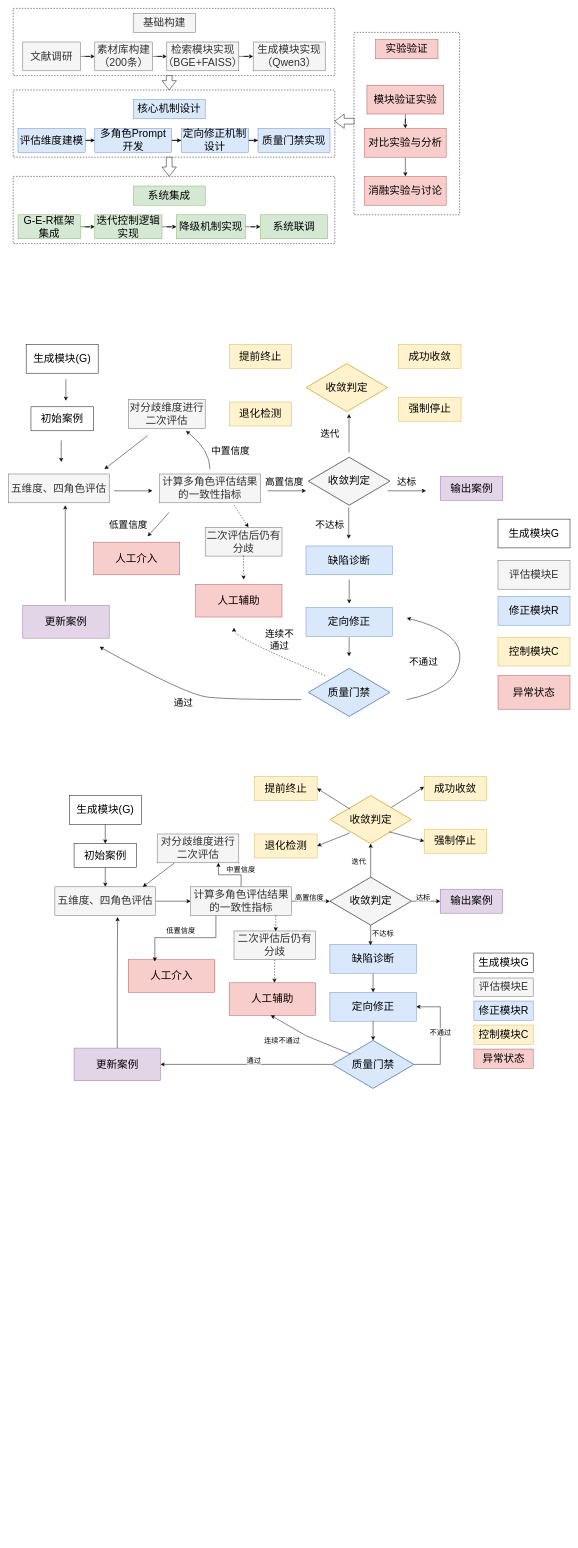
Above: （开题报告3）技术路线图.drawio in handsome-tony/picture (draw.io), before the change. Source tidied: cells renumbered, new cells numbered last; positions are measured from the earlier drawing's top-left corner, leaving out a move shared by most shapes. Both pictures are drawn from the tidied source at 48%, with x=0, y=0 at pixel (8, 8).
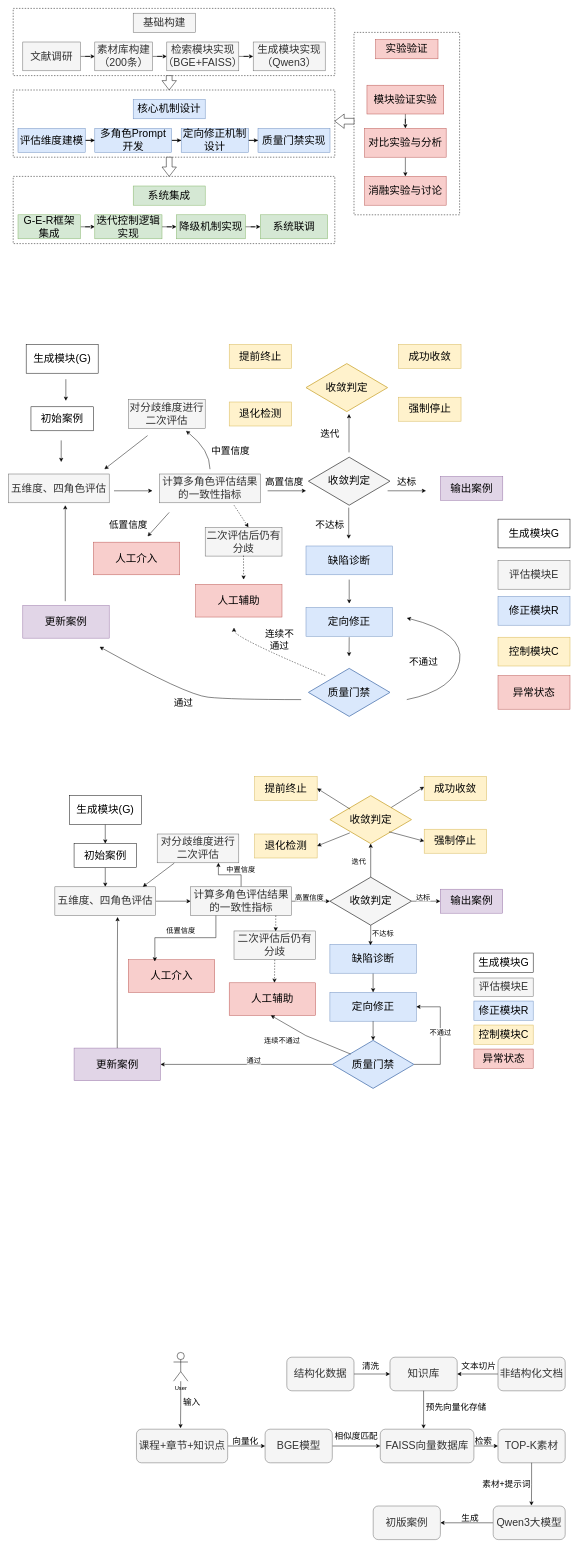
The same diagram, later.

Commit message:
更新（开题报告3）技术路线图.drawio

Change to the diagram source:
```diff
@@
+    <mxCell id="145" style="edgeStyle=orthogonalEdgeStyle;rounded=0;jettySize=auto;html=1;entryX=0;entryY=0.5;entryDx=0;entryDy=0;" parent="1" edge="1" source="146" target="149">
+      <mxGeometry relative="1" as="geometry" />
+    </mxCell>
+    <mxCell id="146" value="&lt;span style=&quot;font-size: 22px;&quot;&gt;课程+章节+知识点&lt;/span&gt;" style="rounded=1;whiteSpace=wrap;html=1;fillColor=#f5f5f5;fontColor=#333333;strokeColor=#666666;" parent="1" vertex="1">
+      <mxGeometry x="266.8" y="2960" width="190" height="70" as="geometry" />
+    </mxCell>
+    <mxCell id="147" value="User" style="shape=umlActor;verticalLabelPosition=bottom;verticalAlign=top;html=1;outlineConnect=0;" parent="1" vertex="1">
+      <mxGeometry x="344" y="2800" width="30" height="60" as="geometry" />
+    </mxCell>
+    <mxCell id="148" style="edgeStyle=orthogonalEdgeStyle;rounded=0;jettySize=auto;html=1;entryX=0;entryY=0.5;entryDx=0;entryDy=0;" parent="1" edge="1" source="149" target="151">
+      <mxGeometry relative="1" as="geometry" />
+    </mxCell>
+    <mxCell id="149" value="&lt;span style=&quot;font-size: 22px;&quot;&gt;BGE模型&lt;/span&gt;" style="rounded=1;whiteSpace=wrap;html=1;fillColor=#f5f5f5;fontColor=#333333;strokeColor=#666666;" parent="1" vertex="1">
+      <mxGeometry x="534.8" y="2960" width="140" height="70" as="geometry" />
+    </mxCell>
+    <mxCell id="150" style="edgeStyle=orthogonalEdgeStyle;rounded=0;jettySize=auto;html=1;entryX=0;entryY=0.5;entryDx=0;entryDy=0;" parent="1" edge="1" source="151" target="153">
+      <mxGeometry relative="1" as="geometry" />
+    </mxCell>
+    <mxCell id="151" value="&lt;span style=&quot;font-size: 22px;&quot;&gt;FAISS向量数据库&lt;/span&gt;" style="rounded=1;whiteSpace=wrap;html=1;fillColor=#f5f5f5;fontColor=#333333;strokeColor=#666666;" parent="1" vertex="1">
+      <mxGeometry x="774.8" y="2960" width="195" height="70" as="geometry" />
+    </mxCell>
+    <mxCell id="152" value="&lt;span style=&quot;font-size: 22px;&quot;&gt;知识库&lt;/span&gt;" style="rounded=1;whiteSpace=wrap;html=1;fillColor=#f5f5f5;fontColor=#333333;strokeColor=#666666;" parent="1" vertex="1">
+      <mxGeometry x="795" y="2810" width="140" height="70" as="geometry" />
+    </mxCell>
+    <mxCell id="153" value="&lt;span style=&quot;font-size: 22px;&quot;&gt;TOP-K素材&lt;/span&gt;" style="rounded=1;whiteSpace=wrap;html=1;fillColor=#f5f5f5;fontColor=#333333;strokeColor=#666666;" parent="1" vertex="1">
+      <mxGeometry x="1020" y="2960" width="140" height="70" as="geometry" />
+    </mxCell>
+    <mxCell id="154" style="edgeStyle=orthogonalEdgeStyle;rounded=0;jettySize=auto;html=1;entryX=1;entryY=0.5;entryDx=0;entryDy=0;" parent="1" edge="1" source="155" target="156">
+      <mxGeometry relative="1" as="geometry" />
+    </mxCell>
+    <mxCell id="155" value="&lt;span style=&quot;font-size: 22px;&quot;&gt;Qwen3大模型&lt;/span&gt;" style="rounded=1;whiteSpace=wrap;html=1;fillColor=#f5f5f5;fontColor=#333333;strokeColor=#666666;" parent="1" vertex="1">
+      <mxGeometry x="1010" y="3120" width="150" height="70" as="geometry" />
+    </mxCell>
+    <mxCell id="156" value="&lt;span style=&quot;font-size: 22px;&quot;&gt;初版案例&lt;/span&gt;" style="rounded=1;whiteSpace=wrap;html=1;fillColor=#f5f5f5;fontColor=#333333;strokeColor=#666666;" parent="1" vertex="1">
+      <mxGeometry x="760" y="3120" width="140" height="70" as="geometry" />
+    </mxCell>
+    <mxCell id="157" style="edgeStyle=orthogonalEdgeStyle;rounded=0;jettySize=auto;html=1;entryX=0.483;entryY=-0.028;entryDx=0;entryDy=0;entryPerimeter=0;" parent="1" edge="1" source="147" target="146">
+      <mxGeometry relative="1" as="geometry" />
+    </mxCell>
+    <mxCell id="158" value="&lt;font style=&quot;font-size: 18px;&quot;&gt;输入&lt;/font&gt;" style="text;html=1;whiteSpace=wrap;strokeColor=none;fillColor=none;align=center;verticalAlign=middle;rounded=0;" parent="1" vertex="1">
+      <mxGeometry x="344" y="2890" width="76" height="30" as="geometry" />
+    </mxCell>
+    <mxCell id="159" value="&lt;font style=&quot;font-size: 18px;&quot;&gt;向量化&lt;/font&gt;" style="text;html=1;whiteSpace=wrap;strokeColor=none;fillColor=none;align=center;verticalAlign=middle;rounded=0;" parent="1" vertex="1">
+      <mxGeometry x="444" y="2970" width="100" height="30" as="geometry" />
+    </mxCell>
+    <mxCell id="160" value="&lt;font style=&quot;font-size: 18px;&quot;&gt;相似度匹配&lt;/font&gt;" style="text;html=1;whiteSpace=wrap;strokeColor=none;fillColor=none;align=center;verticalAlign=middle;rounded=0;" parent="1" vertex="1">
+      <mxGeometry x="674.8" y="2960" width="100" height="30" as="geometry" />
+    </mxCell>
+    <mxCell id="161" value="&lt;span style=&quot;font-size: 18px;&quot;&gt;检索&lt;/span&gt;" style="text;html=1;whiteSpace=wrap;strokeColor=none;fillColor=none;align=center;verticalAlign=middle;rounded=0;" parent="1" vertex="1">
+      <mxGeometry x="950" y="2970" width="80" height="30" as="geometry" />
+    </mxCell>
+    <mxCell id="162" value="&lt;span style=&quot;font-size: 18px;&quot;&gt;素材+提示词&lt;/span&gt;" style="text;html=1;whiteSpace=wrap;strokeColor=none;fillColor=none;align=center;verticalAlign=middle;rounded=0;" parent="1" vertex="1">
+      <mxGeometry x="983" y="3060" width="110.2" height="30" as="geometry" />
+    </mxCell>
+    <mxCell id="163" value="&lt;span style=&quot;font-size: 18px;&quot;&gt;生成&lt;/span&gt;" style="text;html=1;whiteSpace=wrap;strokeColor=none;fillColor=none;align=center;verticalAlign=middle;rounded=0;" parent="1" vertex="1">
+      <mxGeometry x="912" y="3130" width="100" height="30" as="geometry" />
+    </mxCell>
+    <mxCell id="164" style="edgeStyle=orthogonalEdgeStyle;rounded=0;jettySize=auto;html=1;entryX=0.531;entryY=-0.012;entryDx=0;entryDy=0;entryPerimeter=0;" parent="1" edge="1" source="153" target="155">
+      <mxGeometry relative="1" as="geometry" />
+    </mxCell>
+    <mxCell id="165" style="edgeStyle=orthogonalEdgeStyle;rounded=0;jettySize=auto;html=1;entryX=0.462;entryY=-0.016;entryDx=0;entryDy=0;entryPerimeter=0;" parent="1" edge="1" source="152" target="151">
+      <mxGeometry relative="1" as="geometry" />
+    </mxCell>
+    <mxCell id="166" style="edgeStyle=orthogonalEdgeStyle;rounded=0;jettySize=auto;html=1;entryX=0;entryY=0.5;entryDx=0;entryDy=0;" parent="1" edge="1" source="167" target="152">
+      <mxGeometry relative="1" as="geometry" />
+    </mxCell>
+    <mxCell id="167" value="&lt;span style=&quot;font-size: 22px;&quot;&gt;结构化数据&lt;/span&gt;" style="rounded=1;whiteSpace=wrap;html=1;fillColor=#f5f5f5;fontColor=#333333;strokeColor=#666666;" parent="1" vertex="1">
+      <mxGeometry x="580" y="2810" width="140" height="70" as="geometry" />
+    </mxCell>
+    <mxCell id="168" style="edgeStyle=orthogonalEdgeStyle;rounded=0;jettySize=auto;html=1;entryX=1;entryY=0.5;entryDx=0;entryDy=0;" parent="1" edge="1" source="169" target="152">
+      <mxGeometry relative="1" as="geometry" />
+    </mxCell>
+    <mxCell id="169" value="&lt;span style=&quot;font-size: 22px;&quot;&gt;非结构化文档&lt;/span&gt;" style="rounded=1;whiteSpace=wrap;html=1;fillColor=#f5f5f5;fontColor=#333333;strokeColor=#666666;" parent="1" vertex="1">
+      <mxGeometry x="1020" y="2810" width="140" height="70" as="geometry" />
+    </mxCell>
+    <mxCell id="170" value="&lt;font style=&quot;font-size: 18px;&quot;&gt;清洗&lt;/font&gt;" style="text;html=1;whiteSpace=wrap;strokeColor=none;fillColor=none;align=center;verticalAlign=middle;rounded=0;" parent="1" vertex="1">
+      <mxGeometry x="715" y="2815" width="80" height="30" as="geometry" />
+    </mxCell>
+    <mxCell id="171" value="&lt;font style=&quot;font-size: 18px;&quot;&gt;文本切片&lt;/font&gt;" style="text;html=1;whiteSpace=wrap;strokeColor=none;fillColor=none;align=center;verticalAlign=middle;rounded=0;" parent="1" vertex="1">
+      <mxGeometry x="935" y="2815" width="90" height="30" as="geometry" />
+    </mxCell>
+    <mxCell id="172" value="&lt;span style=&quot;font-size: 18px;&quot;&gt;预先向量化存储&lt;/span&gt;" style="text;html=1;whiteSpace=wrap;strokeColor=none;fillColor=none;align=center;verticalAlign=middle;rounded=0;" parent="1" vertex="1">
+      <mxGeometry x="866.2" y="2900" width="133.8" height="30" as="geometry" />
+    </mxCell>
```
